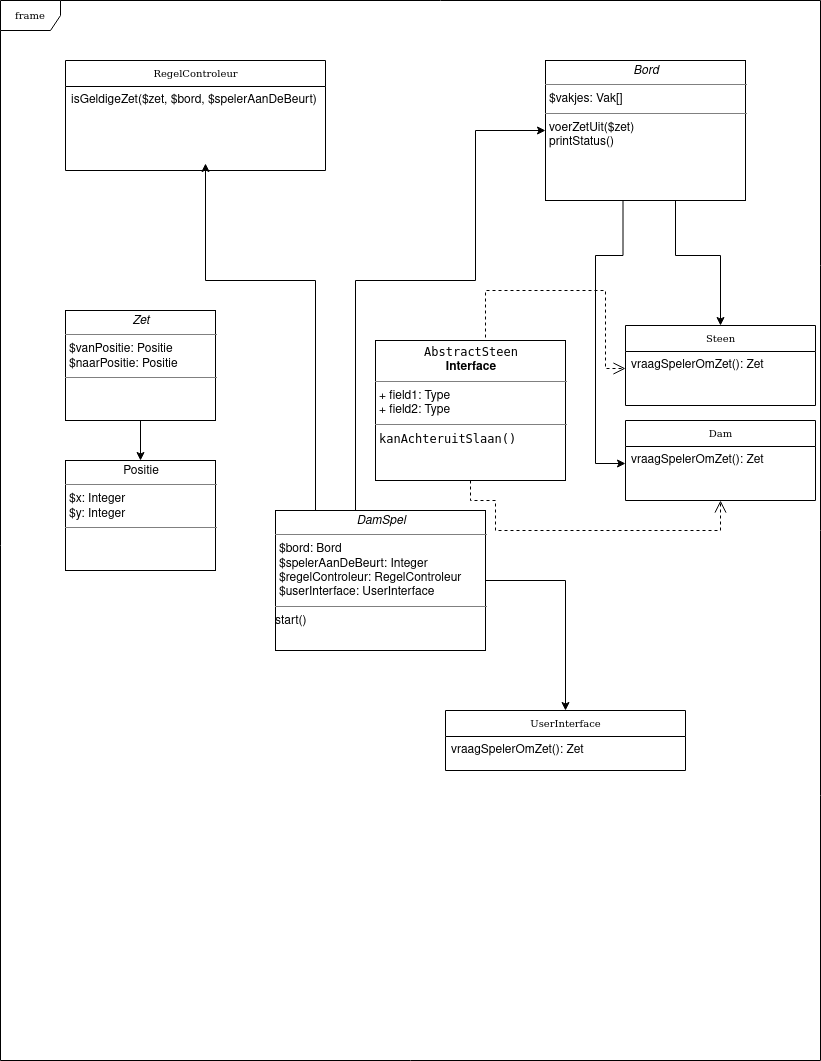
Before: klassendiagram.png, a diagram exported from draw.io (wout-meijer/Dammen-Klassendiagram-845bcd5a). Source tidied: cells renumbered, new cells last; positions are measured from the earlier drawing's top-left corner, leaving out a move shared by most shapes.
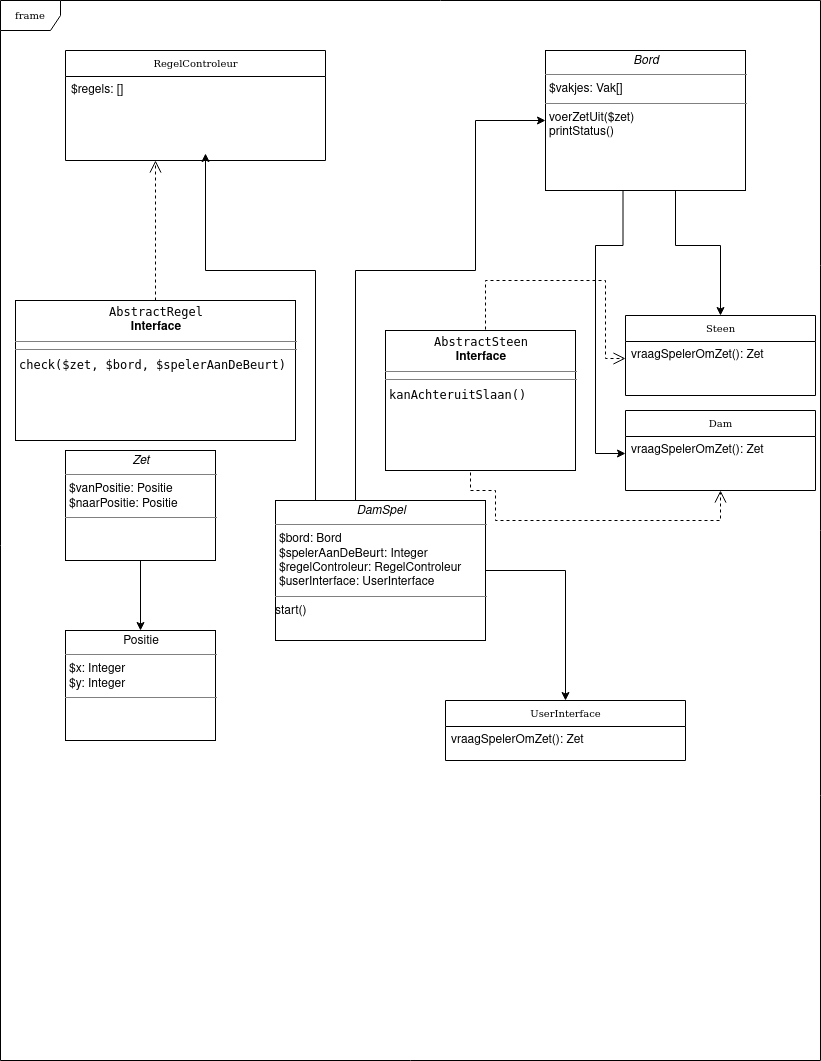
After the commit.

The edit, as a diff of the source:
```diff
@@ -3,7 +3,7 @@
     <mxCell id="0" />
     <mxCell id="1" parent="0" />
     <mxCell id="2" value="frame" style="shape=umlFrame;whiteSpace=wrap;html=1;rounded=0;shadow=0;comic=0;labelBackgroundColor=none;strokeWidth=1;fontFamily=Verdana;fontSize=10;align=center;" parent="1" vertex="1">
-      <mxGeometry width="820" height="1060" as="geometry" />
+      <mxGeometry y="10" width="820" height="1060" as="geometry" />
     </mxCell>
     <mxCell id="3" style="edgeStyle=orthogonalEdgeStyle;rounded=0;html=1;dashed=1;labelBackgroundColor=none;startFill=0;endArrow=open;endFill=0;endSize=10;fontFamily=Verdana;fontSize=10;exitX=0.5;exitY=0;exitDx=0;exitDy=0;entryX=0;entryY=0.5;entryDx=0;entryDy=0;" parent="1" edge="1" source="17" target="19">
       <mxGeometry relative="1" as="geometry">
@@ -29,7 +29,7 @@
     <mxCell id="6" value="RegelControleur" style="swimlane;html=1;fontStyle=0;horizontal=1;startSize=26;fillColor=none;swimlaneFillColor=#ffffff;rounded=0;shadow=0;comic=0;labelBackgroundColor=none;strokeWidth=1;fontFamily=Verdana;fontSize=10;align=center;" parent="1" vertex="1">
       <mxGeometry x="65" y="60" width="260" height="110" as="geometry" />
     </mxCell>
-    <mxCell id="7" value="isGeldigeZet($zet, $bord, $spelerAanDeBeurt)" style="text;html=1;strokeColor=none;fillColor=none;align=left;verticalAlign=top;spacingLeft=4;spacingRight=4;whiteSpace=wrap;overflow=hidden;" parent="6" vertex="1">
+    <mxCell id="7" value="$regels: []" style="text;html=1;strokeColor=none;fillColor=none;align=left;verticalAlign=top;spacingLeft=4;spacingRight=4;whiteSpace=wrap;overflow=hidden;" parent="6" vertex="1">
       <mxGeometry y="26" width="260" height="34" as="geometry" />
     </mxCell>
     <mxCell id="8" style="edgeStyle=orthogonalEdgeStyle;rounded=0;jettySize=auto;html=1;" parent="1" edge="1" source="10">
@@ -55,10 +55,10 @@
       <mxGeometry relative="1" as="geometry" />
     </mxCell>
     <mxCell id="12" value="&lt;p style=&quot;margin: 0px ; margin-top: 4px ; text-align: center&quot;&gt;&lt;i&gt;Zet&lt;/i&gt;&lt;br&gt;&lt;/p&gt;&lt;hr size=&quot;1&quot;&gt;&lt;p style=&quot;margin: 0px ; margin-left: 4px&quot;&gt;$vanPositie: Positie&lt;/p&gt;&lt;p style=&quot;margin: 0px ; margin-left: 4px&quot;&gt;$naarPositie: Positie&lt;br&gt;&lt;/p&gt;&lt;hr size=&quot;1&quot;&gt;" style="verticalAlign=top;align=left;overflow=fill;fontSize=12;fontFamily=Helvetica;html=1;rounded=0;shadow=0;comic=0;labelBackgroundColor=none;strokeWidth=1;" parent="1" vertex="1">
-      <mxGeometry x="65" y="310" width="150" height="110" as="geometry" />
+      <mxGeometry x="65" y="460" width="150" height="110" as="geometry" />
     </mxCell>
     <mxCell id="13" value="&lt;p style=&quot;margin: 0px ; margin-top: 4px ; text-align: center&quot;&gt;Positie&lt;br&gt;&lt;/p&gt;&lt;hr size=&quot;1&quot;&gt;&lt;p style=&quot;margin: 0px ; margin-left: 4px&quot;&gt;$x: Integer&lt;/p&gt;&lt;p style=&quot;margin: 0px ; margin-left: 4px&quot;&gt;$y: Integer&lt;br&gt;&lt;/p&gt;&lt;hr size=&quot;1&quot;&gt;" style="verticalAlign=top;align=left;overflow=fill;fontSize=12;fontFamily=Helvetica;html=1;rounded=0;shadow=0;comic=0;labelBackgroundColor=none;strokeWidth=1;" parent="1" vertex="1">
-      <mxGeometry x="65" y="460" width="150" height="110" as="geometry" />
+      <mxGeometry x="65" y="640" width="150" height="110" as="geometry" />
     </mxCell>
     <mxCell id="14" style="edgeStyle=orthogonalEdgeStyle;rounded=0;jettySize=auto;html=1;entryX=0;entryY=0.5;entryDx=0;entryDy=0;" parent="1" edge="1" source="10" target="5">
       <mxGeometry relative="1" as="geometry">
@@ -75,8 +75,8 @@
     <mxCell id="16" value="vraagSpelerOmZet(): Zet" style="text;html=1;strokeColor=none;fillColor=none;align=left;verticalAlign=top;spacingLeft=4;spacingRight=4;whiteSpace=wrap;overflow=hidden;" parent="15" vertex="1">
       <mxGeometry y="26" width="240" height="34" as="geometry" />
     </mxCell>
-    <mxCell id="17" value="&lt;p style=&quot;margin: 0px ; margin-top: 4px ; text-align: center&quot;&gt;&lt;code&gt;AbstractSteen&lt;/code&gt;&lt;br&gt;&lt;b&gt;Interface&lt;/b&gt;&lt;/p&gt;&lt;hr size=&quot;1&quot;&gt;&lt;p style=&quot;margin: 0px ; margin-left: 4px&quot;&gt;+ field1: Type&lt;br&gt;+ field2: Type&lt;/p&gt;&lt;hr size=&quot;1&quot;&gt;&lt;p style=&quot;margin: 0px ; margin-left: 4px&quot;&gt;&lt;code&gt;kanAchteruitSlaan()&lt;/code&gt;&lt;/p&gt;" style="verticalAlign=top;align=left;overflow=fill;fontSize=12;fontFamily=Helvetica;html=1;rounded=0;shadow=0;comic=0;labelBackgroundColor=none;strokeWidth=1;" parent="1" vertex="1">
-      <mxGeometry x="375" y="340" width="190" height="140" as="geometry" />
+    <mxCell id="17" value="&lt;p style=&quot;margin: 0px ; margin-top: 4px ; text-align: center&quot;&gt;&lt;code&gt;AbstractSteen&lt;/code&gt;&lt;br&gt;&lt;b&gt;Interface&lt;/b&gt;&lt;/p&gt;&lt;hr size=&quot;1&quot;&gt;&lt;hr size=&quot;1&quot;&gt;&lt;p style=&quot;margin: 0px ; margin-left: 4px&quot;&gt;&lt;code&gt;kanAchteruitSlaan()&lt;/code&gt;&lt;/p&gt;" style="verticalAlign=top;align=left;overflow=fill;fontSize=12;fontFamily=Helvetica;html=1;rounded=0;shadow=0;comic=0;labelBackgroundColor=none;strokeWidth=1;" parent="1" vertex="1">
+      <mxGeometry x="385" y="340" width="190" height="140" as="geometry" />
     </mxCell>
     <mxCell id="18" value="Steen" style="swimlane;html=1;fontStyle=0;horizontal=1;startSize=26;fillColor=none;swimlaneFillColor=#ffffff;rounded=0;shadow=0;comic=0;labelBackgroundColor=none;strokeWidth=1;fontFamily=Verdana;fontSize=10;align=center;" parent="1" vertex="1">
       <mxGeometry x="625" y="325" width="190" height="80" as="geometry" />
@@ -110,5 +110,16 @@
         </Array>
       </mxGeometry>
     </mxCell>
+    <mxCell id="24" value="&lt;p style=&quot;margin: 0px ; margin-top: 4px ; text-align: center&quot;&gt;&lt;code&gt;AbstractRegel&lt;/code&gt;&lt;br&gt;&lt;b&gt;Interface&lt;/b&gt;&lt;/p&gt;&lt;hr size=&quot;1&quot;&gt;&lt;hr size=&quot;1&quot;&gt;&lt;p style=&quot;margin: 0px ; margin-left: 4px&quot;&gt;&lt;code&gt;check($zet, $bord, $spelerAanDeBeurt)&lt;/code&gt;&lt;br&gt;&lt;code&gt;&lt;/code&gt;&lt;/p&gt;" style="verticalAlign=top;align=left;overflow=fill;fontSize=12;fontFamily=Helvetica;html=1;rounded=0;shadow=0;comic=0;labelBackgroundColor=none;strokeWidth=1;" parent="1" vertex="1">
+      <mxGeometry x="15" y="310" width="280" height="140" as="geometry" />
+    </mxCell>
+    <mxCell id="25" style="edgeStyle=orthogonalEdgeStyle;rounded=0;html=1;dashed=1;labelBackgroundColor=none;startFill=0;endArrow=open;endFill=0;endSize=10;fontFamily=Verdana;fontSize=10;exitX=0.5;exitY=0;exitDx=0;exitDy=0;" parent="1" edge="1" source="24">
+      <mxGeometry relative="1" as="geometry">
+        <mxPoint x="155" y="170" as="targetPoint" />
+        <Array as="points">
+          <mxPoint x="155" y="170" />
+        </Array>
+      </mxGeometry>
+    </mxCell>
   </root>
 </mxGraphModel>
```
